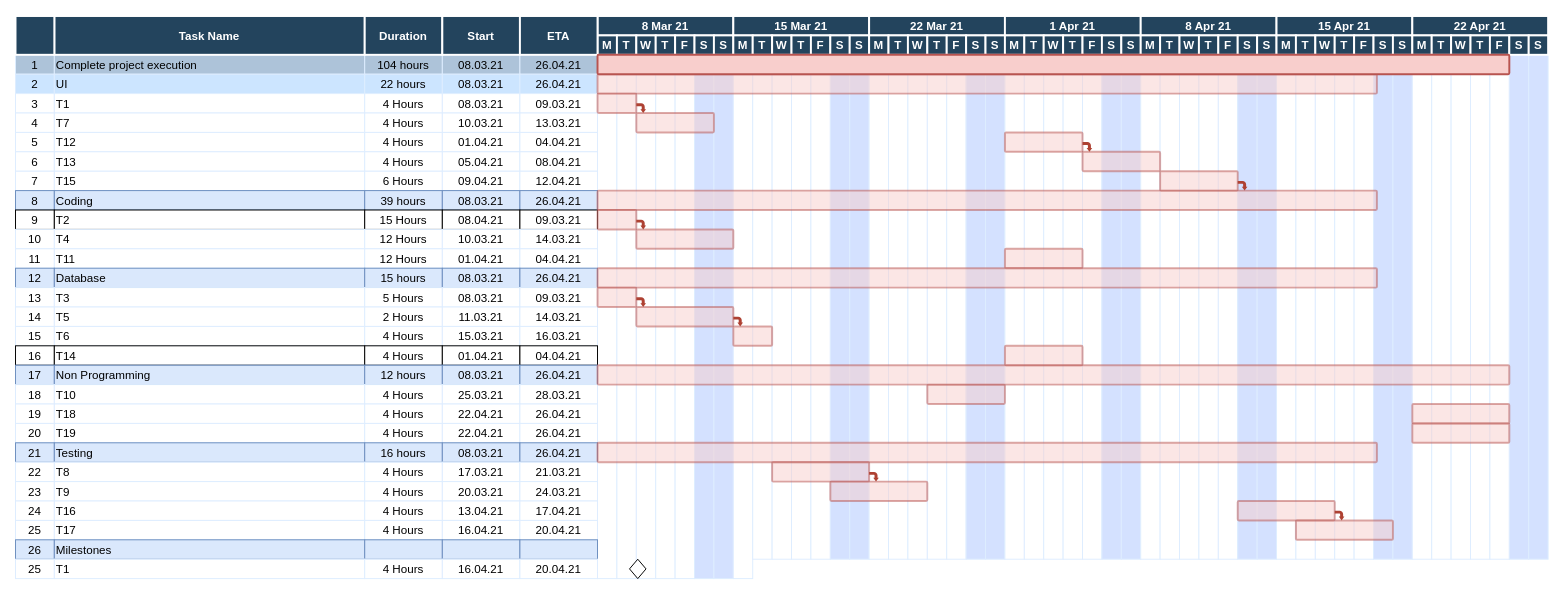
Before: GanttChart.drawio in UEAHealthTracker/HealthTracker, a draw.io diagram. Source tidied: cells renumbered, new cells numbered last; positions are measured from the earlier drawing's top-left corner, leaving out a move shared by most shapes. Both pictures are drawn from the tidied source at 97%, with x=0, y=0 at pixel (15, 16).
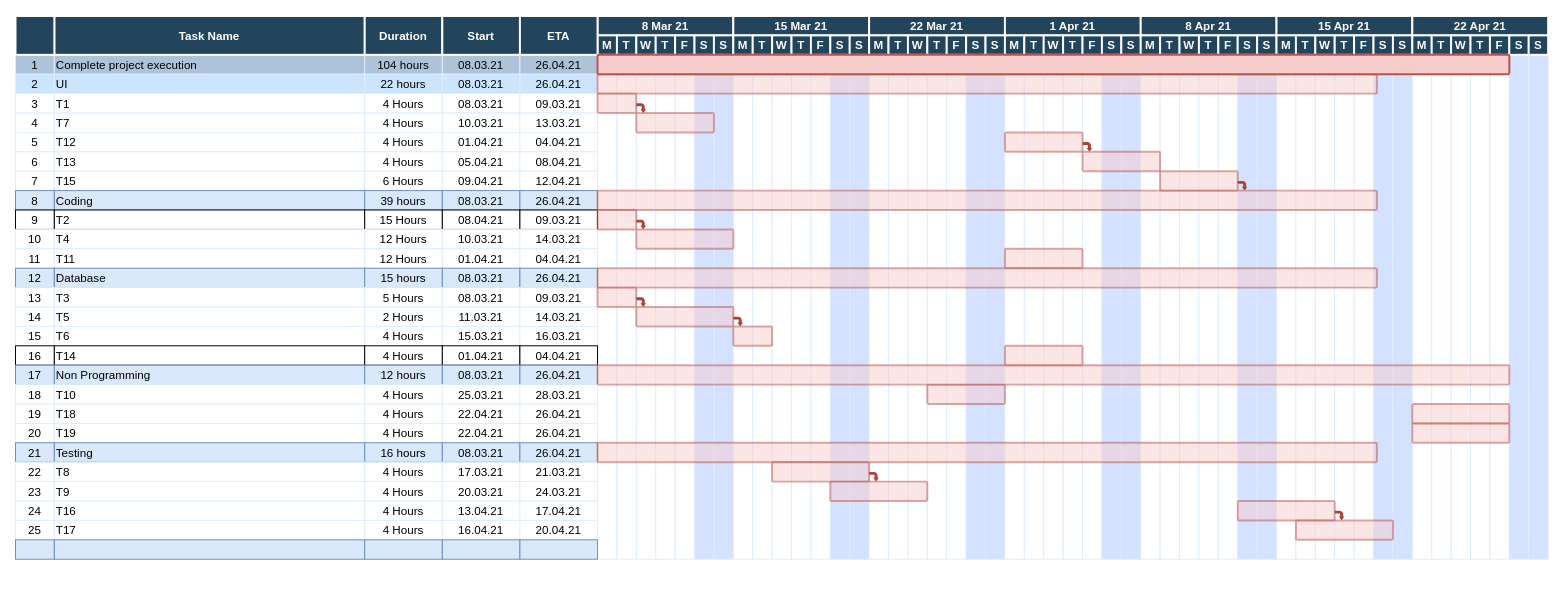
The same page after the edit.

What changed in the source:
```diff
@@
     <mxCell id="7" style="strokeColor=#DEEDFF;" parent="1" vertex="1">
-      <mxGeometry x="600.5" y="40" width="20" height="540" as="geometry" />
+      <mxGeometry x="600.5" y="40" width="20" height="520" as="geometry" />
     </mxCell>
@@
-    <mxCell id="128" value="26" style="strokeColor=#6c8ebf;fillColor=#dae8fc;" parent="1" vertex="1">
+    <mxCell id="128" style="strokeColor=#6c8ebf;fillColor=#dae8fc;" parent="1" vertex="1">
       <mxGeometry x="0.5" y="540" width="40" height="20" as="geometry" />
     </mxCell>
-    <mxCell id="129" value="Milestones" style="align=left;strokeColor=#6c8ebf;fillColor=#dae8fc;" parent="1" vertex="1">
+    <mxCell id="129" style="align=left;strokeColor=#6c8ebf;fillColor=#dae8fc;" parent="1" vertex="1">
       <mxGeometry x="40.5" y="540" width="320" height="20" as="geometry" />
     </mxCell>
@@
     <mxCell id="133" style="strokeColor=#DEEDFF;" parent="1" vertex="1">
-      <mxGeometry x="620.5" y="40" width="20" height="540" as="geometry" />
+      <mxGeometry x="620.5" y="40" width="20" height="520" as="geometry" />
     </mxCell>
     <mxCell id="134" style="strokeColor=#DEEDFF;" parent="1" vertex="1">
-      <mxGeometry x="640.5" y="40" width="20" height="540" as="geometry" />
+      <mxGeometry x="640.5" y="40" width="20" height="520" as="geometry" />
     </mxCell>
     <mxCell id="135" style="strokeColor=#DEEDFF;" parent="1" vertex="1">
-      <mxGeometry x="660.5" y="40" width="20" height="540" as="geometry" />
+      <mxGeometry x="660.5" y="40" width="20" height="520" as="geometry" />
     </mxCell>
     <mxCell id="136" style="strokeColor=#DEEDFF;" parent="1" vertex="1">
-      <mxGeometry x="680.5" y="40" width="20" height="540" as="geometry" />
+      <mxGeometry x="680.5" y="40" width="20" height="520" as="geometry" />
     </mxCell>
     <mxCell id="137" style="strokeColor=#DEEDFF;fillColor=#D4E1FF;" parent="1" vertex="1">
-      <mxGeometry x="700.5" y="40" width="20" height="540" as="geometry" />
+      <mxGeometry x="700.5" y="40" width="20" height="520" as="geometry" />
     </mxCell>
     <mxCell id="138" style="strokeColor=#DEEDFF;fillColor=#D4E1FF;" parent="1" vertex="1">
-      <mxGeometry x="720.5" y="40" width="20" height="540" as="geometry" />
+      <mxGeometry x="720.5" y="40" width="20" height="520" as="geometry" />
     </mxCell>
     <mxCell id="139" style="strokeColor=#DEEDFF;" parent="1" vertex="1">
-      <mxGeometry x="740.5" y="40" width="20" height="540" as="geometry" />
+      <mxGeometry x="740.5" y="40" width="20" height="520" as="geometry" />
     </mxCell>
@@
-    <mxCell id="275" value="25" style="strokeColor=#DEEDFF;" parent="1" vertex="1">
-      <mxGeometry x="0.5" y="560" width="40" height="20" as="geometry" />
-    </mxCell>
-    <mxCell id="276" value="T1" style="align=left;strokeColor=#DEEDFF;" parent="1" vertex="1">
-      <mxGeometry x="40.5" y="560" width="320" height="20" as="geometry" />
-    </mxCell>
-    <mxCell id="277" value="4 Hours" style="strokeColor=#DEEDFF;" parent="1" vertex="1">
-      <mxGeometry x="360.5" y="560" width="80" height="20" as="geometry" />
-    </mxCell>
-    <mxCell id="278" value="16.04.21" style="strokeColor=#DEEDFF;" parent="1" vertex="1">
-      <mxGeometry x="440.5" y="560" width="80" height="20" as="geometry" />
-    </mxCell>
-    <mxCell id="279" value="20.04.21" style="strokeColor=#DEEDFF;" parent="1" vertex="1">
-      <mxGeometry x="520.5" y="560" width="80" height="20" as="geometry" />
-    </mxCell>
-    <mxCell id="280" style="rhombus;whiteSpace=wrap;html=1;" parent="1" vertex="1">
-      <mxGeometry x="633.5" y="560" width="17" height="20" as="geometry" />
-    </mxCell>
```
